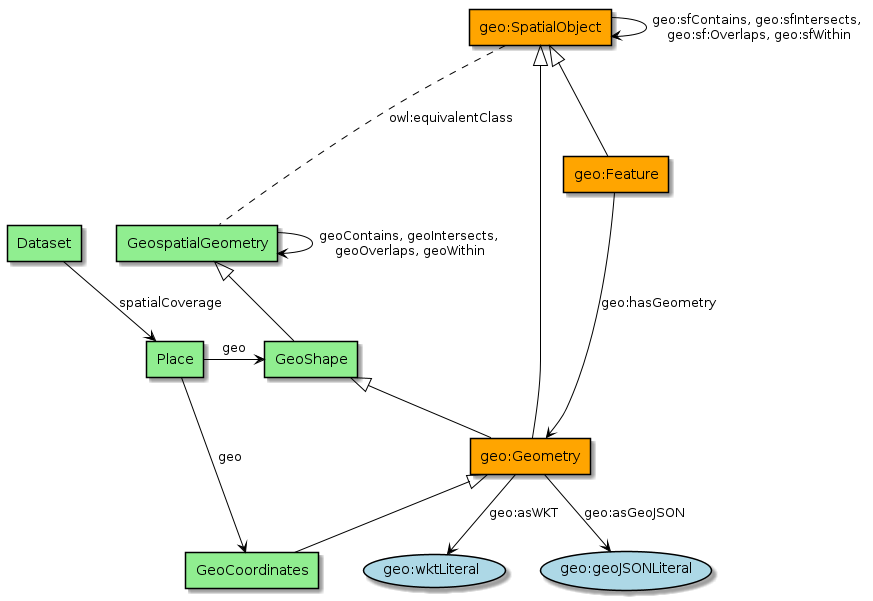
eovoc/eo-on-schema.org keeps this PlantUML diagram as series/diagrams/Geometry.png. Above is the earlier version.
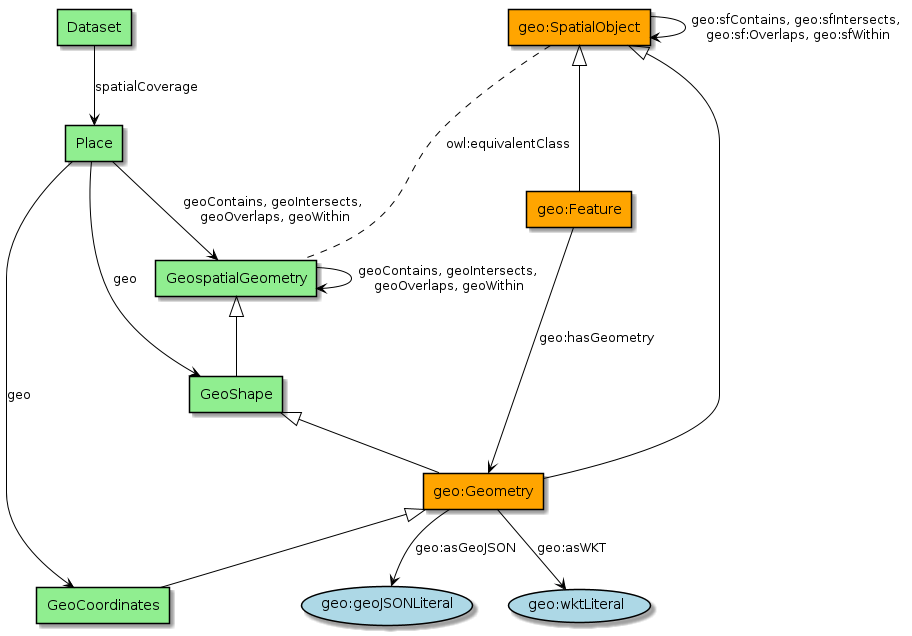
After the commit.

Change to the diagram source:
```diff
@@ -29,9 +29,10 @@
 
 
 Dataset -down-> Place : "spatialCoverage"
-Place -right-> GeoCoordinates : "geo"
-Place -right-> GeoShape : "geo"
+Place --> GeoCoordinates : "geo"
+Place --> GeoShape : "geo"
 GeospatialGeometry --> GeospatialGeometry : "geoContains, geoIntersects,\n geoOverlaps, geoWithin"
+Place --> GeospatialGeometry : "geoContains, geoIntersects,\n geoOverlaps, geoWithin"
 
 geo_Geometry --> (geo:wktLiteral) : "geo:asWKT"
 geo_Geometry --> (geo:geoJSONLiteral) : "geo:asGeoJSON"
```
